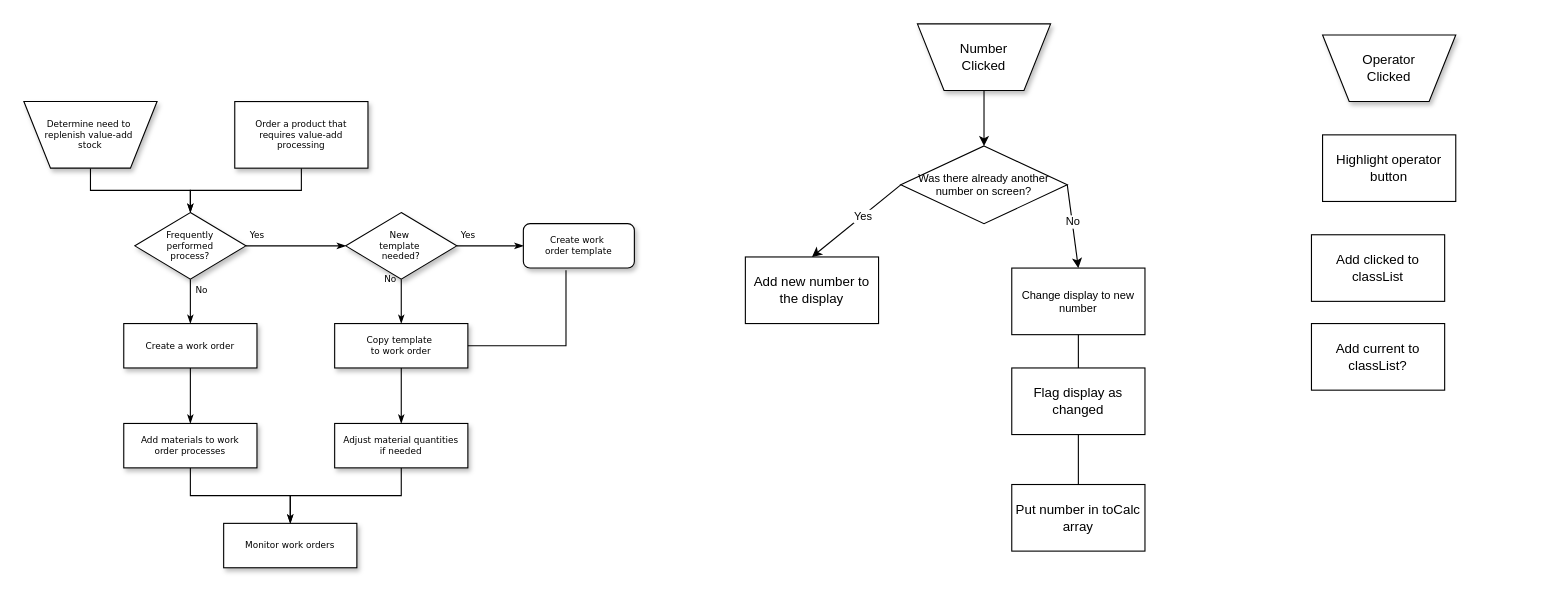
This is Untitled Diagram.drawio from gelbelle/gelbelle.github.io, a draw.io file, before an edit. Source tidied: cells renumbered, new cells numbered last; positions are measured from the earlier drawing's top-left corner, leaving out a move shared by most shapes. Both pictures are drawn from the tidied source at 111%, with x=0, y=0 at pixel (23, 23).
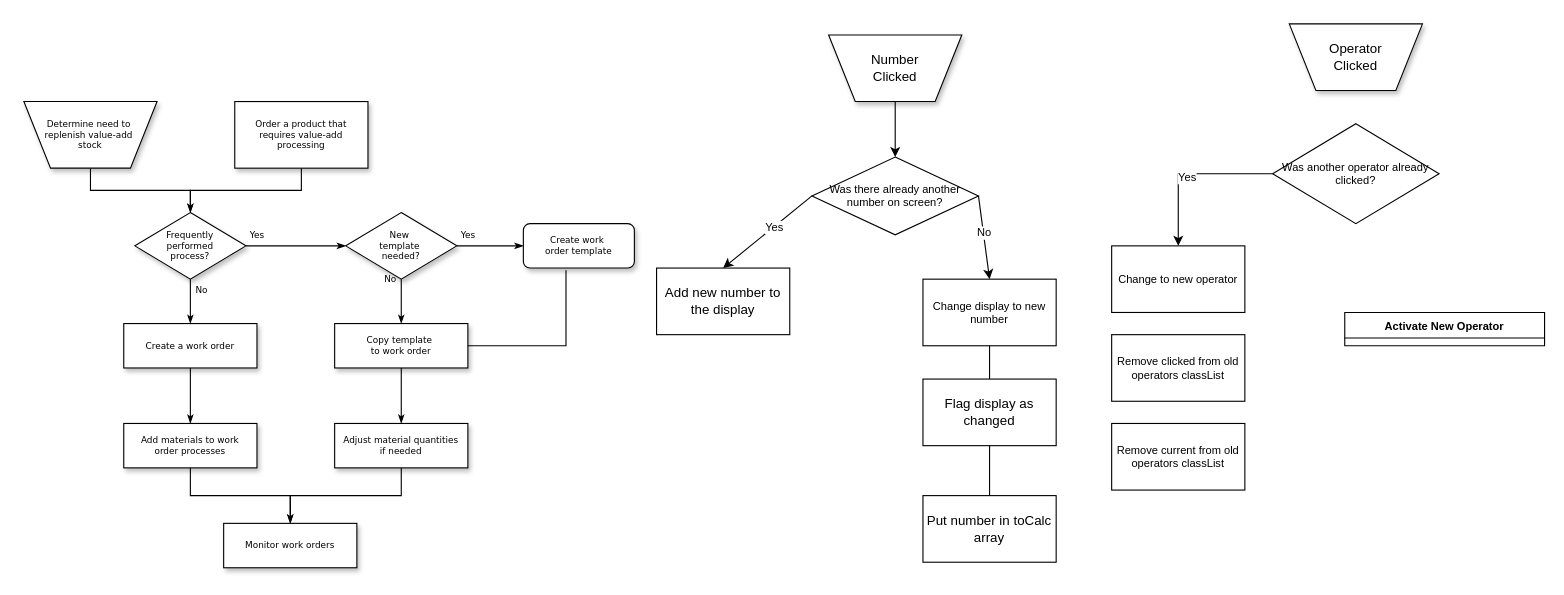
After the change.

Commit message:
Added operator previously clicked path

Unchanged cells that the change refers to:
```xml
<mxCell id="12" value="Create work&amp;nbsp;&lt;div&gt;order template&lt;/div&gt;" style="rounded=1;whiteSpace=wrap;html=1;shadow=1;labelBackgroundColor=none;strokeWidth=1;fontFamily=Verdana;fontSize=8;align=center;" parent="1" vertex="1">
  <mxGeometry x="450" y="180" width="100" height="40" as="geometry" />
</mxCell>
<mxCell id="16" value="Copy template&amp;nbsp;&lt;div&gt;to work order&lt;/div&gt;" style="whiteSpace=wrap;html=1;rounded=0;shadow=1;labelBackgroundColor=none;strokeWidth=1;fontFamily=Verdana;fontSize=8;align=center;" parent="1" vertex="1">
  <mxGeometry x="280" y="270" width="120" height="40" as="geometry" />
</mxCell>
```

What changed in the source:
```diff
@@
+    <mxCell id="26" value="&lt;div&gt;Operator&lt;br&gt;&lt;/div&gt;&lt;div&gt;Clicked&lt;/div&gt;" style="shape=trapezoid;html=1;rounded=0;shadow=1;labelBackgroundColor=none;strokeWidth=1;fontFamily=Helvetica;fontSize=12;align=center;flipV=1;whiteSpace=wrap;" parent="1" vertex="1">
+      <mxGeometry x="1140" width="120" height="60" as="geometry" />
+    </mxCell>
+    <mxCell id="34" style="endArrow=none;html=1;rounded=0;fontFamily=Helvetica;fontSize=10;entryX=0.384;entryY=1.051;entryDx=0;entryDy=0;entryPerimeter=0;exitX=1;exitY=0.5;exitDx=0;exitDy=0;edgeStyle=orthogonalEdgeStyle;" parent="1" edge="1" source="16" target="12">
+      <mxGeometry relative="1" as="geometry" />
+    </mxCell>
+    <mxCell id="40" style="group;" parent="1" vertex="1">
+      <mxGeometry x="570" y="10" width="360" height="475" as="geometry" />
+    </mxCell>
-    <mxCell id="22" value="&lt;div&gt;Number &lt;br&gt;&lt;/div&gt;&lt;div&gt;Clicked&lt;/div&gt;" style="shape=trapezoid;html=1;rounded=0;shadow=1;labelBackgroundColor=none;strokeWidth=1;fontFamily=Helvetica;fontSize=12;align=center;flipV=1;whiteSpace=wrap;" parent="1" vertex="1">
-      <mxGeometry x="805" width="120" height="60" as="geometry" />
+    <mxCell id="22" value="&lt;div&gt;Number &lt;br&gt;&lt;/div&gt;&lt;div&gt;Clicked&lt;/div&gt;" style="shape=trapezoid;html=1;rounded=0;shadow=1;labelBackgroundColor=none;strokeWidth=1;fontFamily=Helvetica;fontSize=12;align=center;flipV=1;whiteSpace=wrap;" parent="40" vertex="1">
+      <mxGeometry x="155" width="120" height="60" as="geometry" />
     </mxCell>
-    <mxCell id="23" value="Add new number to the display" style="rounded=0;whiteSpace=wrap;html=1;" parent="1" vertex="1">
-      <mxGeometry x="650" y="210" width="120" height="60" as="geometry" />
+    <mxCell id="23" value="Add new number to the display" style="rounded=0;whiteSpace=wrap;html=1;" parent="40" vertex="1">
+      <mxGeometry y="210" width="120" height="60" as="geometry" />
     </mxCell>
-    <mxCell id="24" value="Flag display as changed" style="rounded=0;whiteSpace=wrap;html=1;fontFamily=Helvetica;fontSize=12;" parent="1" vertex="1">
-      <mxGeometry x="890" y="310" width="120" height="60" as="geometry" />
+    <mxCell id="24" value="Flag display as changed" style="rounded=0;whiteSpace=wrap;html=1;fontFamily=Helvetica;fontSize=12;" parent="40" vertex="1">
+      <mxGeometry x="240" y="310" width="120" height="60" as="geometry" />
     </mxCell>
-    <mxCell id="25" value="Put number in toCalc array" style="rounded=0;whiteSpace=wrap;html=1;fontFamily=Helvetica;fontSize=12;" parent="1" vertex="1">
-      <mxGeometry x="890" y="415" width="120" height="60" as="geometry" />
+    <mxCell id="25" value="Put number in toCalc array" style="rounded=0;whiteSpace=wrap;html=1;fontFamily=Helvetica;fontSize=12;" parent="40" vertex="1">
+      <mxGeometry x="240" y="415" width="120" height="60" as="geometry" />
     </mxCell>
-    <mxCell id="26" value="&lt;div&gt;Operator&lt;br&gt;&lt;/div&gt;&lt;div&gt;Clicked&lt;/div&gt;" style="shape=trapezoid;html=1;rounded=0;shadow=1;labelBackgroundColor=none;strokeWidth=1;fontFamily=Helvetica;fontSize=12;align=center;flipV=1;whiteSpace=wrap;" parent="1" vertex="1">
-      <mxGeometry x="1170" y="10" width="120" height="60" as="geometry" />
-    </mxCell>
-    <mxCell id="27" value="Highlight operator button" style="rounded=0;whiteSpace=wrap;html=1;fontFamily=Helvetica;fontSize=12;" parent="1" vertex="1">
-      <mxGeometry x="1170" y="100" width="120" height="60" as="geometry" />
-    </mxCell>
-    <mxCell id="28" value="Add clicked to classList" style="rounded=0;whiteSpace=wrap;html=1;fontFamily=Helvetica;fontSize=12;" parent="1" vertex="1">
-      <mxGeometry x="1160" y="190" width="120" height="60" as="geometry" />
-    </mxCell>
-    <mxCell id="29" value="Add current to classList?" style="rounded=0;whiteSpace=wrap;html=1;fontFamily=Helvetica;fontSize=12;" parent="1" vertex="1">
-      <mxGeometry x="1160" y="270" width="120" height="60" as="geometry" />
-    </mxCell>
-    <mxCell id="30" value="Was there already another number on screen?" style="rhombus;whiteSpace=wrap;html=1;fontFamily=Helvetica;fontSize=10;" parent="1" vertex="1">
-      <mxGeometry x="790" y="110" width="150" height="70" as="geometry" />
+    <mxCell id="30" value="Was there already another number on screen?" style="rhombus;whiteSpace=wrap;html=1;fontFamily=Helvetica;fontSize=10;" parent="40" vertex="1">
+      <mxGeometry x="140" y="110" width="150" height="70" as="geometry" />
     </mxCell>
-    <mxCell id="31" style="endArrow=classic;html=1;rounded=0;fontFamily=Helvetica;fontSize=10;exitX=0.5;exitY=1;exitDx=0;exitDy=0;entryX=0.5;entryY=0;entryDx=0;entryDy=0;" parent="1" edge="1" source="22" target="30">
+    <mxCell id="31" style="endArrow=classic;html=1;rounded=0;fontFamily=Helvetica;fontSize=10;exitX=0.5;exitY=1;exitDx=0;exitDy=0;entryX=0.5;entryY=0;entryDx=0;entryDy=0;" parent="40" edge="1" source="22" target="30">
       <mxGeometry relative="1" as="geometry" />
     </mxCell>
-    <mxCell id="32" style="endArrow=classic;html=1;rounded=0;fontFamily=Helvetica;fontSize=10;exitX=0;exitY=0.5;exitDx=0;exitDy=0;entryX=0.5;entryY=0;entryDx=0;entryDy=0;" parent="1" edge="1" source="30" target="23">
+    <mxCell id="32" style="endArrow=classic;html=1;rounded=0;fontFamily=Helvetica;fontSize=10;exitX=0;exitY=0.5;exitDx=0;exitDy=0;entryX=0.5;entryY=0;entryDx=0;entryDy=0;" parent="40" edge="1" source="30" target="23">
       <mxGeometry relative="1" as="geometry" />
     </mxCell>
@@
-    <mxCell id="34" style="endArrow=none;html=1;rounded=0;fontFamily=Helvetica;fontSize=10;entryX=0.384;entryY=1.051;entryDx=0;entryDy=0;entryPerimeter=0;exitX=1;exitY=0.5;exitDx=0;exitDy=0;edgeStyle=orthogonalEdgeStyle;" parent="1" edge="1" source="16" target="12">
-      <mxGeometry relative="1" as="geometry" />
-    </mxCell>
-    <mxCell id="35" style="endArrow=classic;html=1;rounded=0;fontFamily=Helvetica;fontSize=10;exitX=1;exitY=0.5;exitDx=0;exitDy=0;" parent="1" edge="1" source="30">
+    <mxCell id="35" style="endArrow=classic;html=1;rounded=0;fontFamily=Helvetica;fontSize=10;exitX=1;exitY=0.5;exitDx=0;exitDy=0;" parent="40" edge="1" source="30">
       <mxGeometry relative="1" as="geometry">
-        <mxPoint x="950" y="220" as="targetPoint" />
+        <mxPoint x="300" y="220" as="targetPoint" />
       </mxGeometry>
     </mxCell>
@@
-    <mxCell id="37" value="Change display to new number" style="rounded=0;whiteSpace=wrap;html=1;fontFamily=Helvetica;fontSize=10;" parent="1" vertex="1">
-      <mxGeometry x="890" y="220" width="120" height="60" as="geometry" />
+    <mxCell id="37" value="Change display to new number" style="rounded=0;whiteSpace=wrap;html=1;fontFamily=Helvetica;fontSize=10;" parent="40" vertex="1">
+      <mxGeometry x="240" y="220" width="120" height="60" as="geometry" />
     </mxCell>
-    <mxCell id="38" style="endArrow=none;html=1;rounded=0;fontFamily=Helvetica;fontSize=10;entryX=0.5;entryY=1;entryDx=0;entryDy=0;exitX=0.5;exitY=0;exitDx=0;exitDy=0;" parent="1" edge="1" source="24" target="37">
+    <mxCell id="38" style="endArrow=none;html=1;rounded=0;fontFamily=Helvetica;fontSize=10;entryX=0.5;entryY=1;entryDx=0;entryDy=0;exitX=0.5;exitY=0;exitDx=0;exitDy=0;" parent="40" edge="1" source="24" target="37">
       <mxGeometry relative="1" as="geometry" />
     </mxCell>
-    <mxCell id="39" style="endArrow=none;html=1;rounded=0;fontFamily=Helvetica;fontSize=10;entryX=0.5;entryY=1;entryDx=0;entryDy=0;exitX=0.5;exitY=0;exitDx=0;exitDy=0;" parent="1" edge="1" source="25" target="24">
+    <mxCell id="39" style="endArrow=none;html=1;rounded=0;fontFamily=Helvetica;fontSize=10;entryX=0.5;entryY=1;entryDx=0;entryDy=0;exitX=0.5;exitY=0;exitDx=0;exitDy=0;" parent="40" edge="1" source="25" target="24">
       <mxGeometry relative="1" as="geometry" />
     </mxCell>
+    <mxCell id="41" style="edgeStyle=orthogonalEdgeStyle;rounded=0;jettySize=auto;html=1;exitX=0;exitY=0.5;exitDx=0;exitDy=0;entryX=0.5;entryY=0;entryDx=0;entryDy=0;fontFamily=Helvetica;fontSize=10;" parent="1" edge="1" source="43" target="44">
+      <mxGeometry relative="1" as="geometry" />
+    </mxCell>
+    <mxCell id="42" value="Yes" style="edgeLabel;html=1;align=center;verticalAlign=middle;fontSize=10;fontFamily=Helvetica;" parent="41" vertex="1">
+      <mxGeometry x="0.04" y="2" relative="1" as="geometry" />
+    </mxCell>
+    <mxCell id="43" value="Was another operator already clicked?" style="rhombus;whiteSpace=wrap;html=1;fontFamily=Helvetica;fontSize=10;" parent="1" vertex="1">
+      <mxGeometry x="1125" y="90" width="150" height="90" as="geometry" />
+    </mxCell>
+    <mxCell id="44" value="Change to new operator" style="rounded=0;whiteSpace=wrap;html=1;fontFamily=Helvetica;fontSize=10;" parent="1" vertex="1">
+      <mxGeometry x="980" y="200" width="120" height="60" as="geometry" />
+    </mxCell>
+    <mxCell id="45" value="Remove clicked from old operators classList" style="rounded=0;whiteSpace=wrap;html=1;fontFamily=Helvetica;fontSize=10;" parent="1" vertex="1">
+      <mxGeometry x="980" y="280" width="120" height="60" as="geometry" />
+    </mxCell>
+    <mxCell id="46" value="Remove current from old operators classList" style="rounded=0;whiteSpace=wrap;html=1;fontFamily=Helvetica;fontSize=10;" parent="1" vertex="1">
+      <mxGeometry x="980" y="360" width="120" height="60" as="geometry" />
+    </mxCell>
+    <mxCell id="47" value="Activate New Operator" style="swimlane;whiteSpace=wrap;html=1;fontFamily=Helvetica;fontSize=10;" parent="1" vertex="1" collapsed="1">
+      <mxGeometry x="1190" y="260" width="180" height="30" as="geometry" />
+    </mxCell>
```
